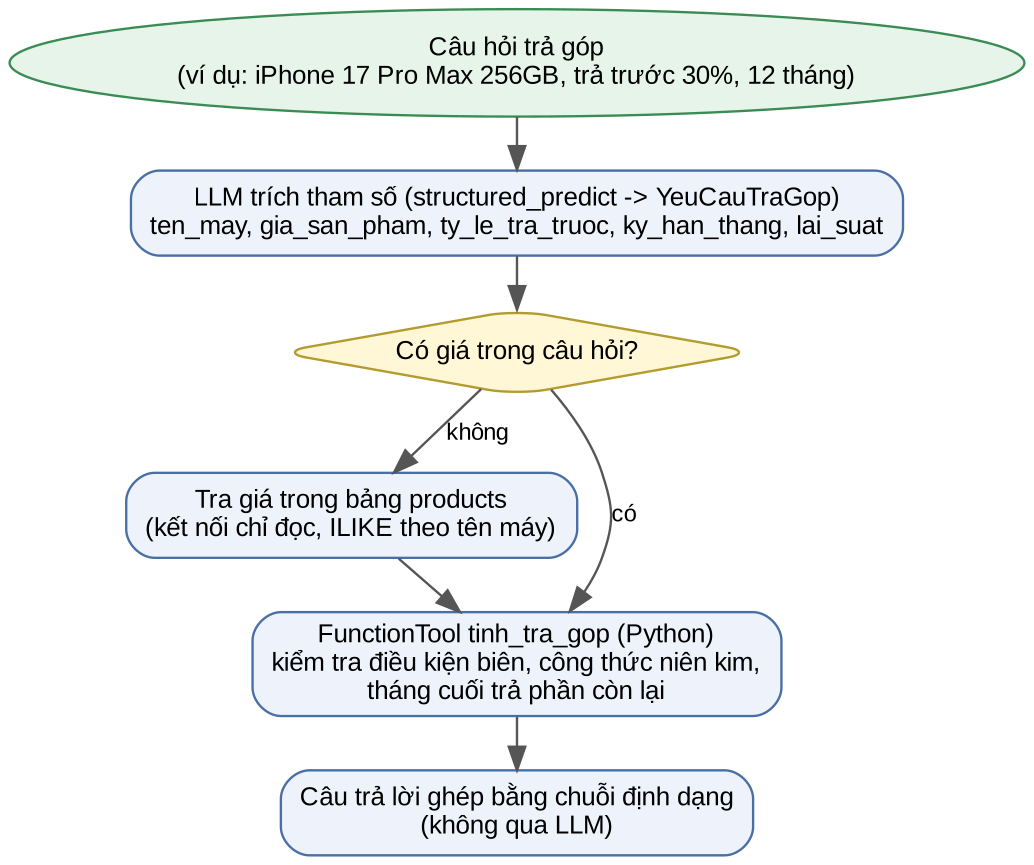
npone25/LlamaIndex_RAG_Tech keeps this Graphviz diagram as hinh/hinh_8_tra_gop.png. Above is the earlier version. Its source is kept beside it as hinh/hinh_8_tra_gop.dot.
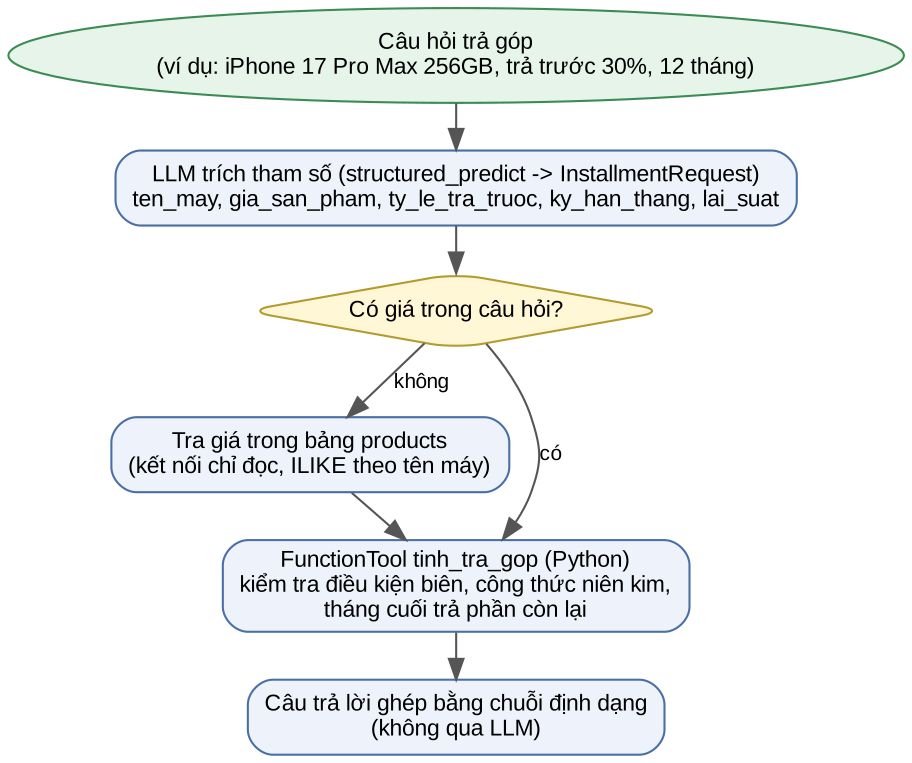
After the commit.

The edit, as a diff of the source:
```diff
@@ -3,7 +3,7 @@
   node [shape=box, style="rounded,filled", fillcolor="#eef3fb", color="#4a6fa5", fontname="Liberation Sans", fontsize=11];
   edge [color="#555555", fontname="Liberation Sans", fontsize=10];
   q [label="Câu hỏi trả góp\n(ví dụ: iPhone 17 Pro Max 256GB, trả trước 30%, 12 tháng)", shape=ellipse, fillcolor="#e6f4ea", color="#3b8b55"];
-  t [label="LLM trích tham số (structured_predict -> YeuCauTraGop)\nten_may, gia_san_pham, ty_le_tra_truoc, ky_han_thang, lai_suat"];
+  t [label="LLM trích tham số (structured_predict -> InstallmentRequest)\nten_may, gia_san_pham, ty_le_tra_truoc, ky_han_thang, lai_suat"];
   c [label="Có giá trong câu hỏi?", shape=diamond, fillcolor="#fff7d6", color="#b39b2d"];
   p [label="Tra giá trong bảng products\n(kết nối chỉ đọc, ILIKE theo tên máy)"];
   f [label="FunctionTool tinh_tra_gop (Python)\nkiểm tra điều kiện biên, công thức niên kim,\ntháng cuối trả phần còn lại"];
```
